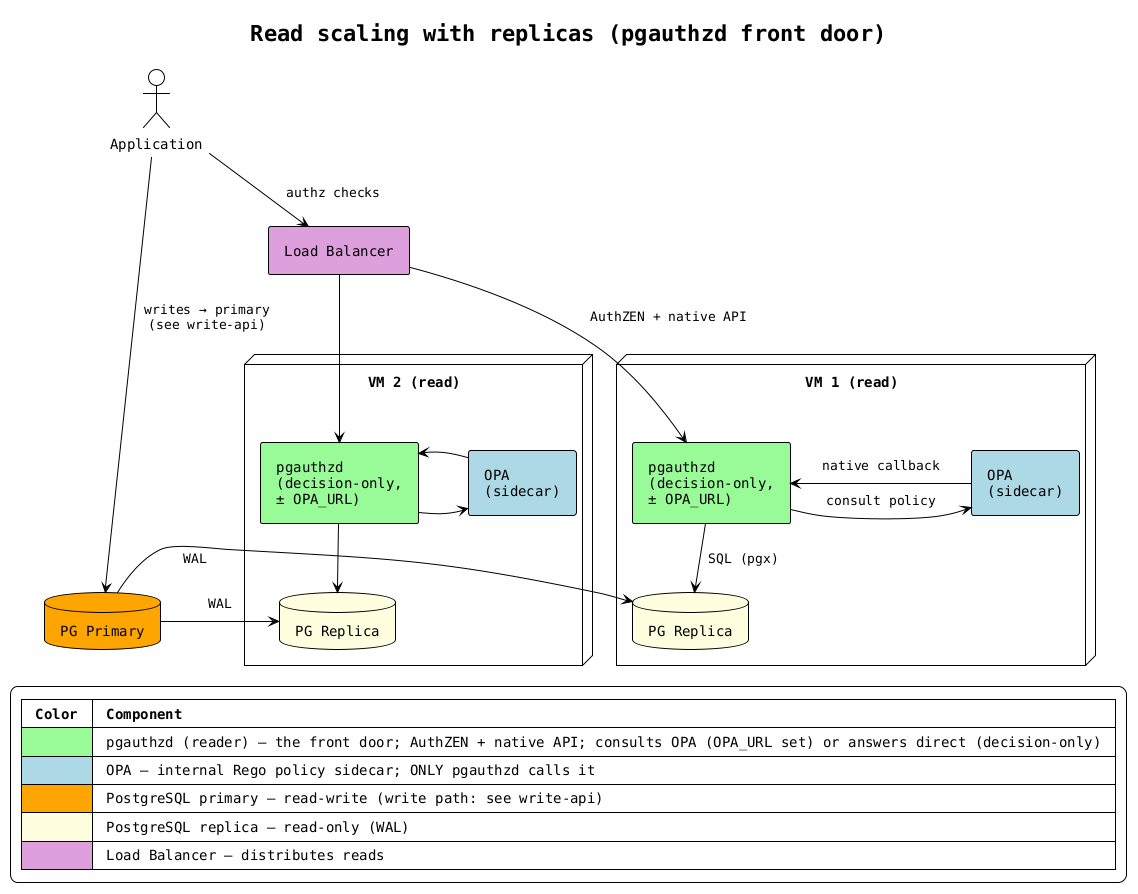
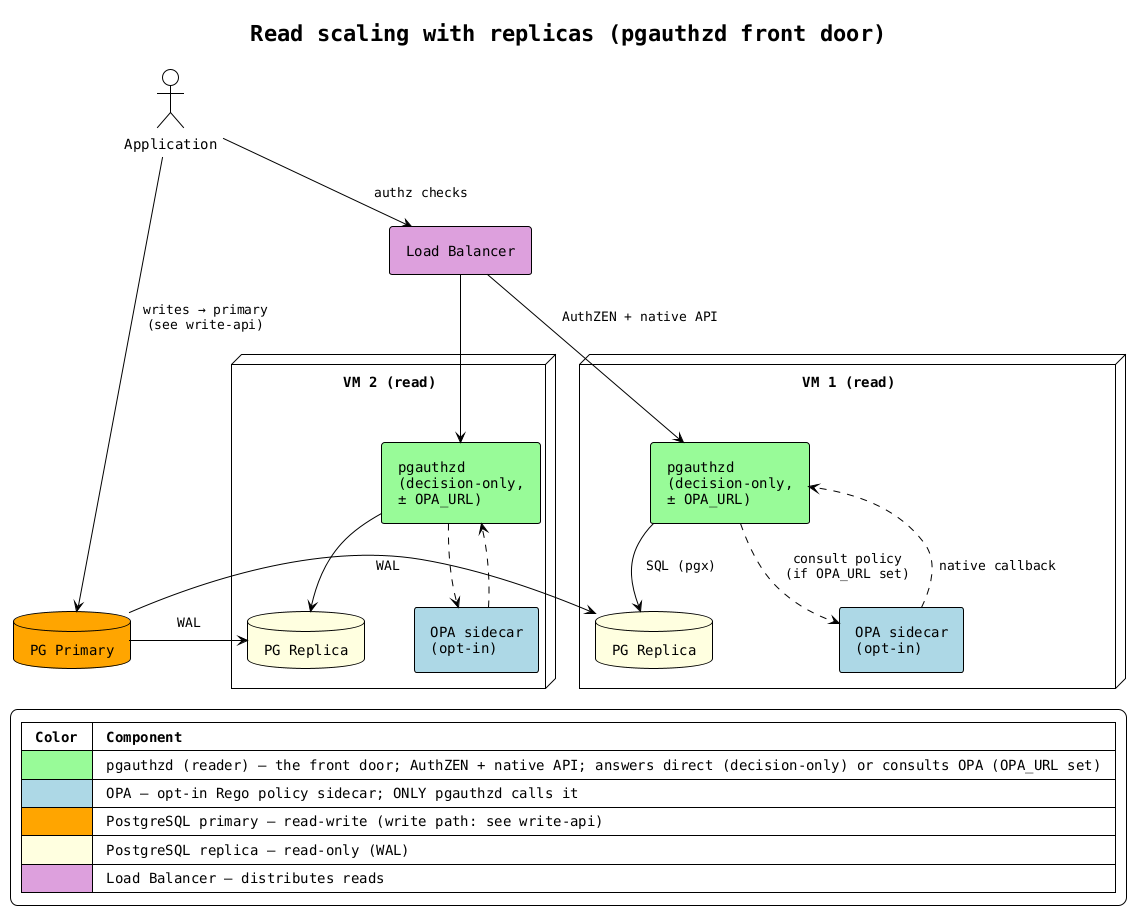
@startuml architecture-read-scaled

!theme plain
skinparam backgroundColor white
skinparam componentStyle rectangle
skinparam defaultFontName monospaced
skinparam nodesep 50
skinparam ranksep 40
skinparam padding 6

title Read scaling with replicas (pgauthzd front door)

actor "Application" as app3

component "Load Balancer" as lb #Plum

node "VM 1 (read)" as vm1 {
    component "pgauthzd\n(decision-only,\n± OPA_URL)" as pgd3a #PaleGreen
-     component "OPA\n(sidecar)" as opa3a #LightBlue
+     component "OPA sidecar\n(opt-in)" as opa3a #LightBlue
    database "PG Replica" as pgr3a #LightYellow
}

node "VM 2 (read)" as vm2 {
    component "pgauthzd\n(decision-only,\n± OPA_URL)" as pgd3b #PaleGreen
-     component "OPA\n(sidecar)" as opa3b #LightBlue
+     component "OPA sidecar\n(opt-in)" as opa3b #LightBlue
    database "PG Replica" as pgr3b #LightYellow
}

database "PG Primary" as pgp3 #Orange

- ' Read path — pgauthzd is the ONLY front door; scale it out (with its OPA
- ' sidecar) next to each read replica. It answers directly from the graph
- ' (decision-only) or consults OPA for Rego policy (OPA_URL set); only pgauthzd
- ' calls OPA, which calls back into pgauthzd's native listener for the graph.
+ ' Read path — pgauthzd is the ONLY front door; scale it out next to each read
+ ' replica. By default it answers directly from the graph (decision-only,
+ ' OPA-free); OPA is an OPT-IN policy sidecar — set OPA_URL and pgauthzd consults
+ ' it for Rego, and only pgauthzd calls OPA, which calls back into pgauthzd's
+ ' native listener for the graph.
app3 -down-> lb : "authz checks"
lb -down-> pgd3a : "AuthZEN + native API"
lb -down-> pgd3b
- pgd3a -right-> opa3a : "consult policy"
- opa3a -left-> pgd3a : "native callback"
- pgd3b -right-> opa3b
- opa3b -left-> pgd3b
+ pgd3a ..> opa3a : "consult policy\n(if OPA_URL set)"
+ opa3a ..> pgd3a : "native callback"
+ pgd3b ..> opa3b
+ opa3b ..> pgd3b
pgd3a -down-> pgr3a : "SQL (pgx)"
pgd3b -down-> pgr3b

' Writes go to the primary — the focus here is READ scaling, so the write path
' is kept as a single edge; see architecture-write-api for how it is enforced
' (a full-profile pgauthzd writer, or — rarely — a scoped application DB role).
app3 -down-> pgp3 : "writes → primary\n(see write-api)"

' Replication
pgp3 -right-> pgr3a : "  WAL  "
pgp3 -right-> pgr3b : "  WAL  "

legend bottom left
  |= Color |= Component |
-   | <#PaleGreen> | pgauthzd (reader) — the front door; AuthZEN + native API; consults OPA (OPA_URL set) or answers direct (decision-only) |
-   | <#LightBlue> | OPA — internal Rego policy sidecar; ONLY pgauthzd calls it |
+   | <#PaleGreen> | pgauthzd (reader) — the front door; AuthZEN + native API; answers direct (decision-only) or consults OPA (OPA_URL set) |
+   | <#LightBlue> | OPA — opt-in Rego policy sidecar; ONLY pgauthzd calls it |
  | <#Orange> | PostgreSQL primary — read-write (write path: see write-api) |
  | <#LightYellow> | PostgreSQL replica — read-only (WAL) |
  | <#Plum> | Load Balancer — distributes reads |
end legend

@enduml
